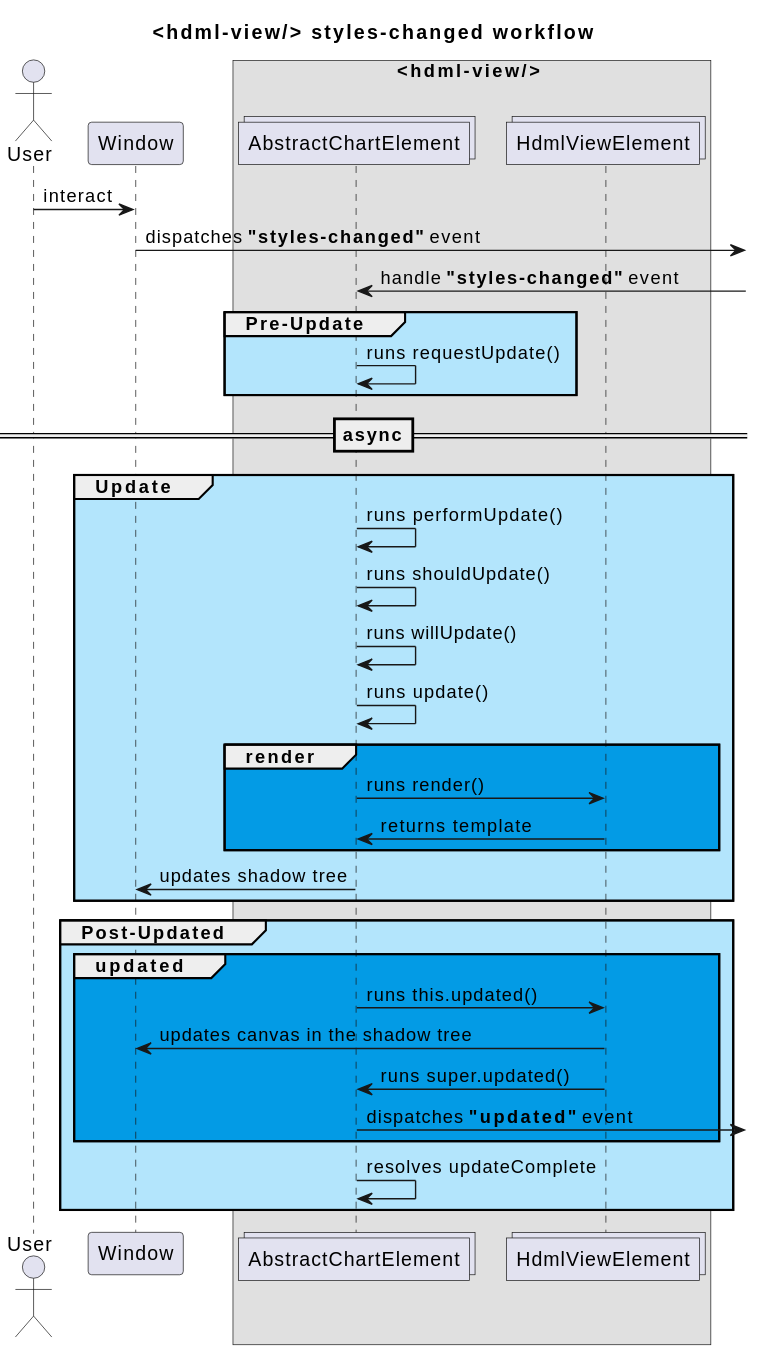
Earlier version of the PlantUML export uml/svg/charts/hdml_view_styles_changed.svg (hdml-github/hdml).
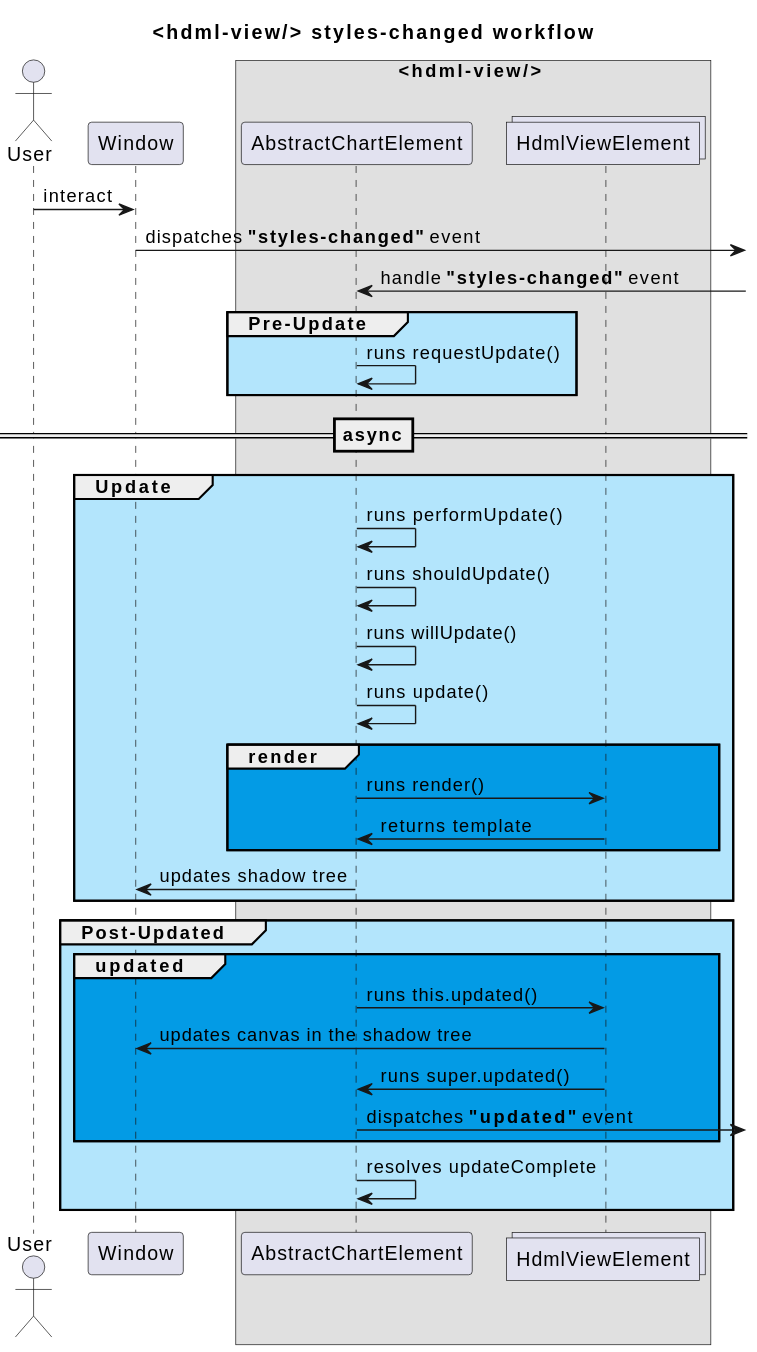
After the commit.

What changed in the source:
```diff
@@ -5,7 +5,7 @@
   participant Window
 
   box <hdml-view/> #e0e0e0
-    collections AbstractChartElement
+    participant AbstractChartElement
     collections HdmlViewElement
   end box
 
```
